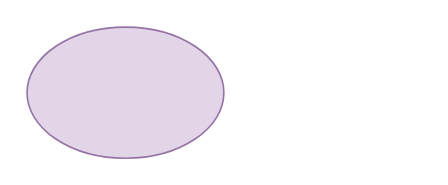
tempestwin/bulletin keeps this draw.io diagram as page "Page-2" (2 of 2) of docs/assets/drawio/public-ip.drawio. Above is the earlier version. Source tidied: cells renumbered, new cells numbered last; positions are measured from the earlier drawing's top-left corner, leaving out a move shared by most shapes. Both pictures are drawn from the tidied source at 164%, with x=0, y=0 at pixel (26, 26).
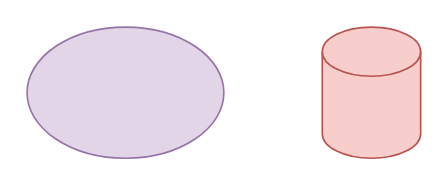
The same page after the edit.

The edit, as a diff of the source:
```diff
@@
 <mxGraphModel>
   <root>
     <mxCell id="0" />
     <mxCell id="1" parent="0" />
     <mxCell id="2" style="ellipse;whiteSpace=wrap;html=1;fillColor=#e1d5e7;strokeColor=#9673a6;" parent="1" vertex="1">
       <mxGeometry width="120" height="80" as="geometry" />
     </mxCell>
+    <mxCell id="3" style="shape=cylinder3;whiteSpace=wrap;html=1;boundedLbl=1;backgroundOutline=1;size=15;fillColor=#f8cecc;strokeColor=#b85450;" parent="1" vertex="1">
+      <mxGeometry x="180" width="60" height="80" as="geometry" />
+    </mxCell>
   </root>
 </mxGraphModel>
```
